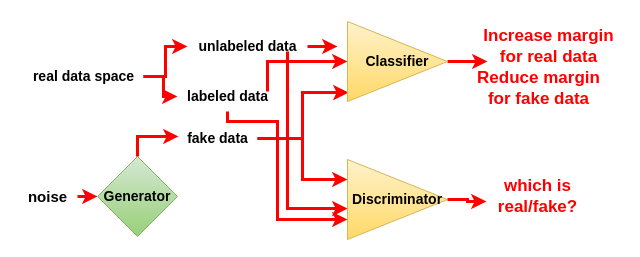
Earlier version of the draw.io diagram MarginGAN-simple.drawio (huyle84/diagrams). Source tidied: cells renumbered, new cells numbered last; positions are measured from the earlier drawing's top-left corner, leaving out a move shared by most shapes. Both pictures are drawn from the tidied source at 100%, with x=0, y=0 at pixel (17, 21).
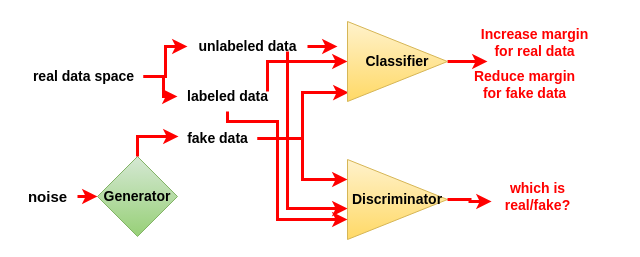
The same page after the edit.

Diff of the diagram source:
```diff
@@
-    <mxCell id="15" value="&lt;font color=&quot;#ff0000&quot; style=&quot;font-size: 17px;&quot;&gt;&lt;b&gt;which is &lt;br&gt;real/fake?&lt;/b&gt;&lt;/font&gt;" style="text;html=1;align=center;verticalAlign=middle;points=[];strokeColor=none;fillColor=none;" parent="1" vertex="1">
-      <mxGeometry x="470" y="150" width="100" height="50" as="geometry" />
+    <mxCell id="15" value="&lt;font color=&quot;#ff0000&quot; style=&quot;font-size: 14px;&quot;&gt;&lt;b&gt;which is &lt;br&gt;real/fake?&lt;/b&gt;&lt;/font&gt;" style="text;html=1;align=center;verticalAlign=middle;points=[];strokeColor=none;fillColor=none;" parent="1" vertex="1">
+      <mxGeometry x="475" y="150" width="90" height="50" as="geometry" />
     </mxCell>
@@
-    <mxCell id="23" value="&lt;font color=&quot;#ff0000&quot;&gt;&lt;span style=&quot;caret-color: rgb(255, 0, 0); font-size: 17px;&quot;&gt;&lt;b&gt;Increase margin &lt;br&gt;for real data&lt;/b&gt;&lt;/span&gt;&lt;/font&gt;" style="text;html=1;align=center;verticalAlign=middle;strokeColor=none;fillColor=none;" parent="1" vertex="1">
-      <mxGeometry x="456" width="150" height="50" as="geometry" />
+    <mxCell id="23" value="&lt;font color=&quot;#ff0000&quot;&gt;&lt;span style=&quot;caret-color: rgb(255, 0, 0); font-size: 14px;&quot;&gt;&lt;b&gt;Increase margin &lt;br&gt;for real data&lt;/b&gt;&lt;/span&gt;&lt;/font&gt;" style="text;html=1;align=center;verticalAlign=middle;strokeColor=none;fillColor=none;" parent="1" vertex="1">
+      <mxGeometry x="452" y="-4" width="130" height="50" as="geometry" />
     </mxCell>
-    <mxCell id="24" value="&lt;font color=&quot;#ff0000&quot;&gt;&lt;span style=&quot;caret-color: rgb(255, 0, 0); font-size: 17px;&quot;&gt;&lt;b&gt;Reduce margin &lt;br&gt;for fake data&lt;/b&gt;&lt;/span&gt;&lt;/font&gt;" style="text;html=1;align=center;verticalAlign=middle;strokeColor=none;fillColor=none;" parent="1" vertex="1">
-      <mxGeometry x="446" y="42" width="150" height="50" as="geometry" />
+    <mxCell id="24" value="&lt;font color=&quot;#ff0000&quot;&gt;&lt;span style=&quot;caret-color: rgb(255, 0, 0); font-size: 14px;&quot;&gt;&lt;b&gt;Reduce margin &lt;br&gt;for fake data&lt;/b&gt;&lt;/span&gt;&lt;/font&gt;" style="text;html=1;align=center;verticalAlign=middle;strokeColor=none;fillColor=none;" parent="1" vertex="1">
+      <mxGeometry x="447" y="38" width="120" height="50" as="geometry" />
     </mxCell>
```
